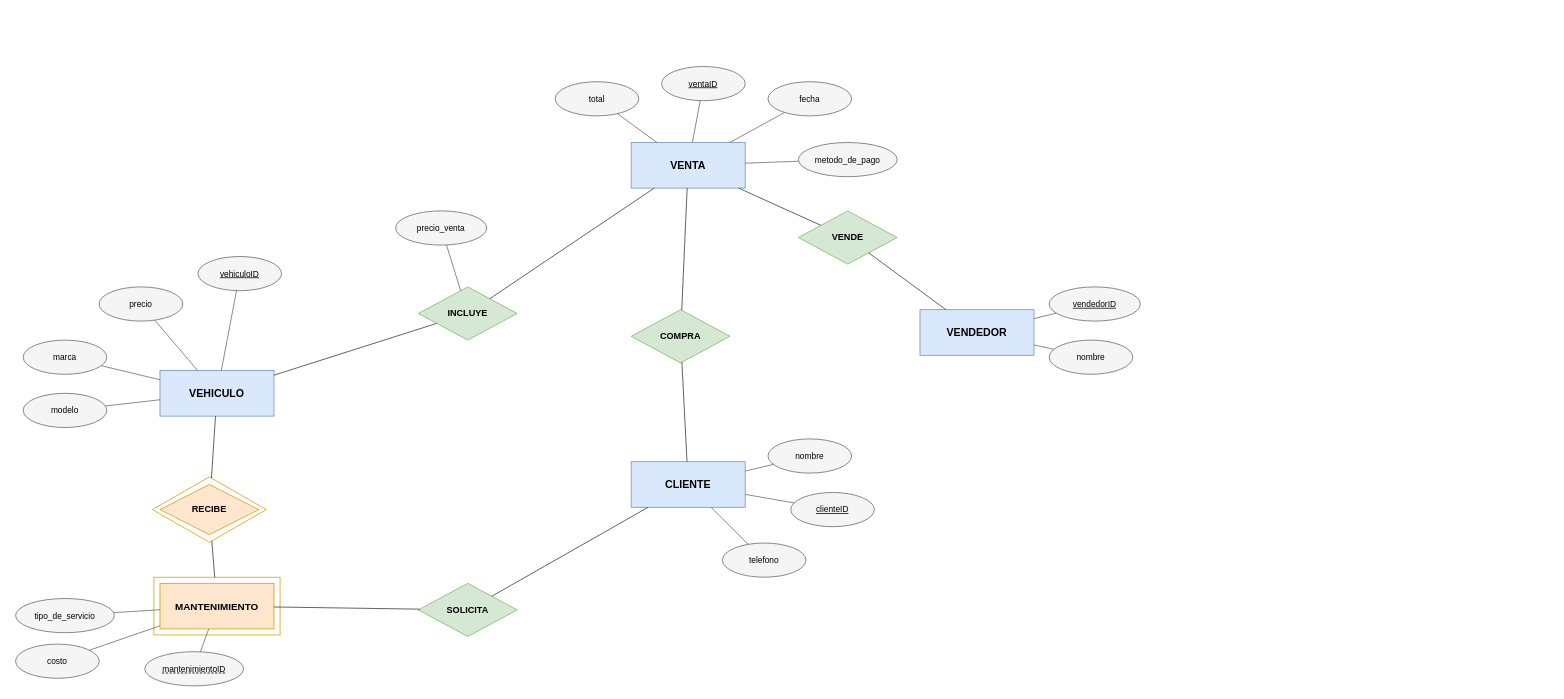
Above: Consecionario_entidadRelacion.drawio in Seveck/Concesionario-CampusCar (draw.io), before the change. Source tidied: cells renumbered, new cells numbered last; positions are measured from the earlier drawing's top-left corner, leaving out a move shared by most shapes. Both pictures are drawn from the tidied source at 76%, with x=0, y=0 at pixel (15, 66).
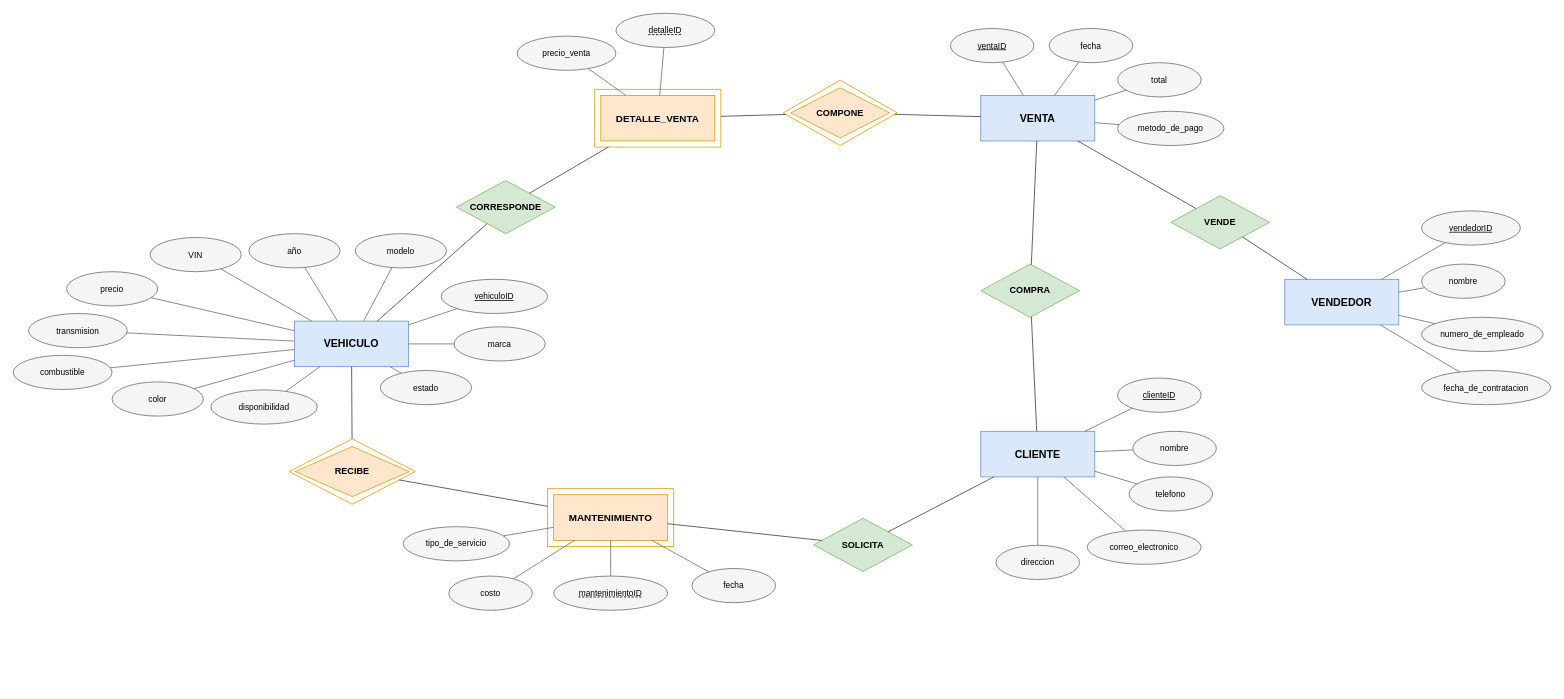
After the change.

What changed in the source:
```diff
@@
     <mxCell id="2" value="VEHICULO" style="rounded=0;whiteSpace=wrap;html=1;fillColor=#dae8fc;strokeColor=#6c8ebf;fontStyle=1;fontSize=14;" parent="1" vertex="1">
-      <mxGeometry x="190" y="400" width="150" height="60" as="geometry" />
+      <mxGeometry x="367" y="335" width="150" height="60" as="geometry" />
     </mxCell>
     <mxCell id="3" value="VENTA" style="rounded=0;whiteSpace=wrap;html=1;fillColor=#dae8fc;strokeColor=#6c8ebf;fontStyle=1;fontSize=14;" parent="1" vertex="1">
-      <mxGeometry x="810" y="100" width="150" height="60" as="geometry" />
+      <mxGeometry x="1270" y="38" width="150" height="60" as="geometry" />
     </mxCell>
     <mxCell id="4" value="CLIENTE" style="rounded=0;whiteSpace=wrap;html=1;fillColor=#dae8fc;strokeColor=#6c8ebf;fontStyle=1;fontSize=14;" parent="1" vertex="1">
-      <mxGeometry x="810" y="520" width="150" height="60" as="geometry" />
+      <mxGeometry x="1270" y="480" width="150" height="60" as="geometry" />
     </mxCell>
     <mxCell id="5" value="VENDEDOR" style="rounded=0;whiteSpace=wrap;html=1;fillColor=#dae8fc;strokeColor=#6c8ebf;fontStyle=1;fontSize=14;" parent="1" vertex="1">
-      <mxGeometry x="1190" y="320" width="150" height="60" as="geometry" />
+      <mxGeometry x="1670" y="280" width="150" height="60" as="geometry" />
     </mxCell>
-    <mxCell id="6" style="rounded=0;whiteSpace=wrap;html=1;fillColor=none;strokeColor=#d79b00;" parent="1" vertex="1">
-      <mxGeometry x="182" y="672" width="166" height="76" as="geometry" />
-    </mxCell>
+    <mxCell id="58" style="rounded=0;whiteSpace=wrap;html=1;fillColor=none;strokeColor=#d79b00;" parent="1" vertex="1">
+      <mxGeometry x="762" y="30" width="166" height="76" as="geometry" />
+    </mxCell>
+    <mxCell id="59" value="DETALLE_VENTA" style="rounded=0;whiteSpace=wrap;html=1;fillColor=#ffe6cc;strokeColor=#d79b00;fontStyle=1;fontSize=13;" parent="1" vertex="1">
+      <mxGeometry x="770" y="38" width="150" height="60" as="geometry" />
+    </mxCell>
+    <mxCell id="60" style="rounded=0;whiteSpace=wrap;html=1;fillColor=none;strokeColor=#d79b00;" parent="1" vertex="1">
+      <mxGeometry x="700" y="555.5" width="166" height="76" as="geometry" />
+    </mxCell>
     <mxCell id="7" value="MANTENIMIENTO" style="rounded=0;whiteSpace=wrap;html=1;fillColor=#ffe6cc;strokeColor=#d79b00;fontStyle=1;fontSize=13;" parent="1" vertex="1">
-      <mxGeometry x="190" y="680" width="150" height="60" as="geometry" />
+      <mxGeometry x="708" y="563.5" width="150" height="60" as="geometry" />
     </mxCell>
-    <mxCell id="8" value="INCLUYE" style="rhombus;whiteSpace=wrap;html=1;fillColor=#d5e8d4;strokeColor=#82b366;fontStyle=1;fontSize=12;" parent="1" vertex="1">
-      <mxGeometry x="530" y="290" width="130" height="70" as="geometry" />
-    </mxCell>
-    <mxCell id="9" style="rhombus;whiteSpace=wrap;html=1;fillColor=none;strokeColor=#d79b00;" parent="1" vertex="1">
-      <mxGeometry x="180" y="540" width="150" height="86" as="geometry" />
-    </mxCell>
+    <mxCell id="61" style="rhombus;whiteSpace=wrap;html=1;fillColor=none;strokeColor=#d79b00;" parent="1" vertex="1">
+      <mxGeometry x="1010" y="18" width="150" height="86" as="geometry" />
+    </mxCell>
+    <mxCell id="62" value="COMPONE" style="rhombus;whiteSpace=wrap;html=1;fillColor=#ffe6cc;strokeColor=#d79b00;fontStyle=1;fontSize=12;" parent="1" vertex="1">
+      <mxGeometry x="1020" y="28" width="130" height="66" as="geometry" />
+    </mxCell>
+    <mxCell id="63" value="CORRESPONDE" style="rhombus;whiteSpace=wrap;html=1;fillColor=#d5e8d4;strokeColor=#82b366;fontStyle=1;fontSize=12;" parent="1" vertex="1">
+      <mxGeometry x="580" y="150" width="130" height="70" as="geometry" />
+    </mxCell>
+    <mxCell id="64" style="rhombus;whiteSpace=wrap;html=1;fillColor=none;strokeColor=#d79b00;" parent="1" vertex="1">
+      <mxGeometry x="360" y="490" width="166" height="86" as="geometry" />
+    </mxCell>
     <mxCell id="10" value="RECIBE" style="rhombus;whiteSpace=wrap;html=1;fillColor=#ffe6cc;strokeColor=#d79b00;fontStyle=1;fontSize=12;" parent="1" vertex="1">
-      <mxGeometry x="190" y="550" width="130" height="66" as="geometry" />
+      <mxGeometry x="368" y="500" width="150" height="66" as="geometry" />
     </mxCell>
     <mxCell id="11" value="SOLICITA" style="rhombus;whiteSpace=wrap;html=1;fillColor=#d5e8d4;strokeColor=#82b366;fontStyle=1;fontSize=12;" parent="1" vertex="1">
-      <mxGeometry x="530" y="680" width="130" height="70" as="geometry" />
+      <mxGeometry x="1050" y="594.5" width="130" height="70" as="geometry" />
     </mxCell>
     <mxCell id="12" value="COMPRA" style="rhombus;whiteSpace=wrap;html=1;fillColor=#d5e8d4;strokeColor=#82b366;fontStyle=1;fontSize=12;" parent="1" vertex="1">
-      <mxGeometry x="810" y="320" width="130" height="70" as="geometry" />
+      <mxGeometry x="1270" y="260" width="130" height="70" as="geometry" />
     </mxCell>
     <mxCell id="13" value="VENDE" style="rhombus;whiteSpace=wrap;html=1;fillColor=#d5e8d4;strokeColor=#82b366;fontStyle=1;fontSize=12;" parent="1" vertex="1">
-      <mxGeometry x="1030" y="190" width="130" height="70" as="geometry" />
+      <mxGeometry x="1520" y="170" width="130" height="70" as="geometry" />
     </mxCell>
     <mxCell id="14" value="&lt;u&gt;vehiculoID&lt;/u&gt;" style="ellipse;whiteSpace=wrap;html=1;fillColor=#f5f5f5;strokeColor=#666666;fontSize=11;" parent="1" vertex="1">
-      <mxGeometry x="240" y="250" width="110" height="45" as="geometry" />
+      <mxGeometry x="560" y="280" width="140" height="45" as="geometry" />
     </mxCell>
     <mxCell id="15" value="marca" style="ellipse;whiteSpace=wrap;html=1;fillColor=#f5f5f5;strokeColor=#666666;fontSize=11;" parent="1" vertex="1">
-      <mxGeometry x="10" y="360" width="110" height="45" as="geometry" />
+      <mxGeometry x="577" y="342.5" width="120" height="45" as="geometry" />
     </mxCell>
     <mxCell id="16" value="modelo" style="ellipse;whiteSpace=wrap;html=1;fillColor=#f5f5f5;strokeColor=#666666;fontSize=11;" parent="1" vertex="1">
-      <mxGeometry x="10" y="430" width="110" height="45" as="geometry" />
+      <mxGeometry x="447" y="220" width="120" height="45" as="geometry" />
     </mxCell>
+    <mxCell id="65" value="año" style="ellipse;whiteSpace=wrap;html=1;fillColor=#f5f5f5;strokeColor=#666666;fontSize=11;" parent="1" vertex="1">
+      <mxGeometry x="307" y="220" width="120" height="45" as="geometry" />
+    </mxCell>
+    <mxCell id="66" value="VIN" style="ellipse;whiteSpace=wrap;html=1;fillColor=#f5f5f5;strokeColor=#666666;fontSize=11;" parent="1" vertex="1">
+      <mxGeometry x="177" y="225" width="120" height="45" as="geometry" />
+    </mxCell>
     <mxCell id="17" value="precio" style="ellipse;whiteSpace=wrap;html=1;fillColor=#f5f5f5;strokeColor=#666666;fontSize=11;" parent="1" vertex="1">
-      <mxGeometry x="110" y="290" width="110" height="45" as="geometry" />
+      <mxGeometry x="67" y="270" width="120" height="45" as="geometry" />
     </mxCell>
+    <mxCell id="67" value="color" style="ellipse;whiteSpace=wrap;html=1;fillColor=#f5f5f5;strokeColor=#666666;fontSize=11;" parent="1" vertex="1">
+      <mxGeometry x="127" y="415" width="120" height="45" as="geometry" />
+    </mxCell>
+    <mxCell id="68" value="combustible" style="ellipse;whiteSpace=wrap;html=1;fillColor=#f5f5f5;strokeColor=#666666;fontSize=11;" parent="1" vertex="1">
+      <mxGeometry x="-3" y="380" width="130" height="45" as="geometry" />
+    </mxCell>
+    <mxCell id="69" value="transmision" style="ellipse;whiteSpace=wrap;html=1;fillColor=#f5f5f5;strokeColor=#666666;fontSize=11;" parent="1" vertex="1">
+      <mxGeometry x="17" y="325" width="130" height="45" as="geometry" />
+    </mxCell>
+    <mxCell id="70" value="estado" style="ellipse;whiteSpace=wrap;html=1;fillColor=#f5f5f5;strokeColor=#666666;fontSize=11;" parent="1" vertex="1">
+      <mxGeometry x="480" y="400" width="120" height="45" as="geometry" />
+    </mxCell>
+    <mxCell id="71" value="disponibilidad" style="ellipse;whiteSpace=wrap;html=1;fillColor=#f5f5f5;strokeColor=#666666;fontSize=11;" parent="1" vertex="1">
+      <mxGeometry x="257" y="425.5" width="140" height="45" as="geometry" />
+    </mxCell>
+    <mxCell id="27" value="&lt;u style='text-decoration-style:dashed'&gt;mantenimientoID&lt;/u&gt;" style="ellipse;whiteSpace=wrap;html=1;fillColor=#f5f5f5;strokeColor=#666666;fontSize=11;" parent="1" vertex="1">
+      <mxGeometry x="708" y="670.5" width="150" height="45" as="geometry" />
+    </mxCell>
+    <mxCell id="28" value="tipo_de_servicio" style="ellipse;whiteSpace=wrap;html=1;fillColor=#f5f5f5;strokeColor=#666666;fontSize=11;" parent="1" vertex="1">
+      <mxGeometry x="510" y="605.5" width="140" height="45" as="geometry" />
+    </mxCell>
+    <mxCell id="29" value="costo" style="ellipse;whiteSpace=wrap;html=1;fillColor=#f5f5f5;strokeColor=#666666;fontSize=11;" parent="1" vertex="1">
+      <mxGeometry x="570" y="670.5" width="110" height="45" as="geometry" />
+    </mxCell>
+    <mxCell id="72" value="fecha" style="ellipse;whiteSpace=wrap;html=1;fillColor=#f5f5f5;strokeColor=#666666;fontSize=11;" parent="1" vertex="1">
+      <mxGeometry x="890" y="660.5" width="110" height="45" as="geometry" />
+    </mxCell>
+    <mxCell id="73" value="&lt;u style='text-decoration-style:dashed'&gt;detalleID&lt;/u&gt;" style="ellipse;whiteSpace=wrap;html=1;fillColor=#f5f5f5;strokeColor=#666666;fontSize=11;" parent="1" vertex="1">
+      <mxGeometry x="790" y="-70" width="130" height="45" as="geometry" />
+    </mxCell>
+    <mxCell id="30" value="precio_venta" style="ellipse;whiteSpace=wrap;html=1;fillColor=#f5f5f5;strokeColor=#666666;fontSize=11;" parent="1" vertex="1">
+      <mxGeometry x="660" y="-40" width="130" height="45" as="geometry" />
+    </mxCell>
     <mxCell id="18" value="&lt;u&gt;ventaID&lt;/u&gt;" style="ellipse;whiteSpace=wrap;html=1;fillColor=#f5f5f5;strokeColor=#666666;fontSize=11;" parent="1" vertex="1">
-      <mxGeometry x="850" width="110" height="45" as="geometry" />
+      <mxGeometry x="1230" y="-50" width="110" height="45" as="geometry" />
     </mxCell>
-    <mxCell id="19" value="fecha" style="ellipse;whiteSpace=wrap;html=1;fillColor=#f5f5f5;strokeColor=#666666;fontSize=11;" parent="1" vertex="1">
-      <mxGeometry x="990" y="20" width="110" height="45" as="geometry" />
-    </mxCell>
+    <mxCell id="74" value="fecha" style="ellipse;whiteSpace=wrap;html=1;fillColor=#f5f5f5;strokeColor=#666666;fontSize=11;" parent="1" vertex="1">
+      <mxGeometry x="1360" y="-50" width="110" height="45" as="geometry" />
+    </mxCell>
     <mxCell id="20" value="total" style="ellipse;whiteSpace=wrap;html=1;fillColor=#f5f5f5;strokeColor=#666666;fontSize=11;" parent="1" vertex="1">
-      <mxGeometry x="710" y="20" width="110" height="45" as="geometry" />
+      <mxGeometry x="1450" y="-5" width="110" height="45" as="geometry" />
     </mxCell>
     <mxCell id="21" value="metodo_de_pago" style="ellipse;whiteSpace=wrap;html=1;fillColor=#f5f5f5;strokeColor=#666666;fontSize=11;" parent="1" vertex="1">
-      <mxGeometry x="1030" y="100" width="130" height="45" as="geometry" />
+      <mxGeometry x="1450" y="59" width="140" height="45" as="geometry" />
     </mxCell>
     <mxCell id="22" value="&lt;u&gt;clienteID&lt;/u&gt;" style="ellipse;whiteSpace=wrap;html=1;fillColor=#f5f5f5;strokeColor=#666666;fontSize=11;" parent="1" vertex="1">
-      <mxGeometry x="1020" y="560.5" width="110" height="45" as="geometry" />
+      <mxGeometry x="1450" y="410" width="110" height="45" as="geometry" />
     </mxCell>
     <mxCell id="23" value="nombre" style="ellipse;whiteSpace=wrap;html=1;fillColor=#f5f5f5;strokeColor=#666666;fontSize=11;" parent="1" vertex="1">
-      <mxGeometry x="990" y="490" width="110" height="45" as="geometry" />
+      <mxGeometry x="1470" y="480" width="110" height="45" as="geometry" />
     </mxCell>
     <mxCell id="24" value="telefono" style="ellipse;whiteSpace=wrap;html=1;fillColor=#f5f5f5;strokeColor=#666666;fontSize=11;" parent="1" vertex="1">
-      <mxGeometry x="930" y="627" width="110" height="45" as="geometry" />
+      <mxGeometry x="1465" y="540" width="110" height="45" as="geometry" />
     </mxCell>
+    <mxCell id="75" value="correo_electronico" style="ellipse;whiteSpace=wrap;html=1;fillColor=#f5f5f5;strokeColor=#666666;fontSize=11;" parent="1" vertex="1">
+      <mxGeometry x="1410" y="610" width="150" height="45" as="geometry" />
+    </mxCell>
+    <mxCell id="76" value="direccion" style="ellipse;whiteSpace=wrap;html=1;fillColor=#f5f5f5;strokeColor=#666666;fontSize=11;" parent="1" vertex="1">
+      <mxGeometry x="1290" y="630" width="110" height="45" as="geometry" />
+    </mxCell>
     <mxCell id="25" value="&lt;u&gt;vendedorID&lt;/u&gt;" style="ellipse;whiteSpace=wrap;html=1;fillColor=#f5f5f5;strokeColor=#666666;fontSize=11;" parent="1" vertex="1">
-      <mxGeometry x="1360" y="290" width="120" height="45" as="geometry" />
+      <mxGeometry x="1850" y="190" width="130" height="45" as="geometry" />
     </mxCell>
     <mxCell id="26" value="nombre" style="ellipse;whiteSpace=wrap;html=1;fillColor=#f5f5f5;strokeColor=#666666;fontSize=11;" parent="1" vertex="1">
-      <mxGeometry x="1360" y="360" width="110" height="45" as="geometry" />
+      <mxGeometry x="1850" y="260" width="110" height="45" as="geometry" />
     </mxCell>
-    <mxCell id="27" value="&lt;u style='text-decoration-style:dashed'&gt;mantenimientoID&lt;/u&gt;" style="ellipse;whiteSpace=wrap;html=1;fillColor=#f5f5f5;strokeColor=#666666;fontSize=11;" parent="1" vertex="1">
-      <mxGeometry x="170" y="770" width="130" height="45" as="geometry" />
-    </mxCell>
-    <mxCell id="28" value="tipo_de_servicio" style="ellipse;whiteSpace=wrap;html=1;fillColor=#f5f5f5;strokeColor=#666666;fontSize=11;" parent="1" vertex="1">
-      <mxGeometry y="700" width="130" height="45" as="geometry" />
-    </mxCell>
-    <mxCell id="29" value="costo" style="ellipse;whiteSpace=wrap;html=1;fillColor=#f5f5f5;strokeColor=#666666;fontSize=11;" parent="1" vertex="1">
-      <mxGeometry y="760" width="110" height="45" as="geometry" />
-    </mxCell>
-    <mxCell id="30" value="precio_venta" style="ellipse;whiteSpace=wrap;html=1;fillColor=#f5f5f5;strokeColor=#666666;fontSize=11;" parent="1" vertex="1">
-      <mxGeometry x="500" y="190" width="120" height="45" as="geometry" />
-    </mxCell>
+    <mxCell id="77" value="numero_de_empleado" style="ellipse;whiteSpace=wrap;html=1;fillColor=#f5f5f5;strokeColor=#666666;fontSize=11;" parent="1" vertex="1">
+      <mxGeometry x="1850" y="330" width="160" height="45" as="geometry" />
+    </mxCell>
+    <mxCell id="78" value="fecha_de_contratacion" style="ellipse;whiteSpace=wrap;html=1;fillColor=#f5f5f5;strokeColor=#666666;fontSize=11;" parent="1" vertex="1">
+      <mxGeometry x="1850" y="400" width="170" height="45" as="geometry" />
+    </mxCell>
@@
+    <mxCell id="79" style="endArrow=none;html=1;strokeColor=#666666;" parent="1" edge="1" source="2" target="65">
+      <mxGeometry relative="1" as="geometry" />
+    </mxCell>
+    <mxCell id="80" style="endArrow=none;html=1;strokeColor=#666666;" parent="1" edge="1" source="2" target="66">
+      <mxGeometry relative="1" as="geometry" />
+    </mxCell>
@@
+    <mxCell id="81" style="endArrow=none;html=1;strokeColor=#666666;" parent="1" edge="1" source="2" target="67">
+      <mxGeometry relative="1" as="geometry" />
+    </mxCell>
+    <mxCell id="82" style="endArrow=none;html=1;strokeColor=#666666;" parent="1" edge="1" source="2" target="68">
+      <mxGeometry relative="1" as="geometry" />
+    </mxCell>
+    <mxCell id="83" style="endArrow=none;html=1;strokeColor=#666666;" parent="1" edge="1" source="2" target="69">
+      <mxGeometry relative="1" as="geometry" />
+    </mxCell>
+    <mxCell id="84" style="endArrow=none;html=1;strokeColor=#666666;" parent="1" edge="1" source="2" target="70">
+      <mxGeometry relative="1" as="geometry" />
+    </mxCell>
+    <mxCell id="85" style="endArrow=none;html=1;strokeColor=#666666;" parent="1" edge="1" source="2" target="71">
+      <mxGeometry relative="1" as="geometry" />
+    </mxCell>
+    <mxCell id="44" style="endArrow=none;html=1;strokeColor=#666666;" parent="1" edge="1" source="7" target="27">
+      <mxGeometry relative="1" as="geometry" />
+    </mxCell>
+    <mxCell id="45" style="endArrow=none;html=1;strokeColor=#666666;" parent="1" edge="1" source="7" target="28">
+      <mxGeometry relative="1" as="geometry" />
+    </mxCell>
+    <mxCell id="46" style="endArrow=none;html=1;strokeColor=#666666;" parent="1" edge="1" source="7" target="29">
+      <mxGeometry relative="1" as="geometry" />
+    </mxCell>
+    <mxCell id="86" style="endArrow=none;html=1;strokeColor=#666666;" parent="1" edge="1" source="7" target="72">
+      <mxGeometry relative="1" as="geometry" />
+    </mxCell>
+    <mxCell id="87" style="endArrow=none;html=1;strokeColor=#666666;" parent="1" edge="1" source="59" target="73">
+      <mxGeometry relative="1" as="geometry" />
+    </mxCell>
+    <mxCell id="88" style="endArrow=none;html=1;strokeColor=#666666;" parent="1" edge="1" source="59" target="30">
+      <mxGeometry relative="1" as="geometry" />
+    </mxCell>
@@
-    <mxCell id="36" style="endArrow=none;html=1;strokeColor=#666666;" parent="1" edge="1" source="3" target="19">
-      <mxGeometry relative="1" as="geometry" />
-    </mxCell>
+    <mxCell id="89" style="endArrow=none;html=1;strokeColor=#666666;" parent="1" edge="1" source="3" target="74">
+      <mxGeometry relative="1" as="geometry" />
+    </mxCell>
@@
+    <mxCell id="90" style="endArrow=none;html=1;strokeColor=#666666;" parent="1" edge="1" source="4" target="75">
+      <mxGeometry relative="1" as="geometry" />
+    </mxCell>
+    <mxCell id="91" style="endArrow=none;html=1;strokeColor=#666666;" parent="1" edge="1" source="4" target="76">
+      <mxGeometry relative="1" as="geometry" />
+    </mxCell>
@@
-    <mxCell id="44" style="endArrow=none;html=1;strokeColor=#666666;" parent="1" edge="1" source="7" target="27">
-      <mxGeometry relative="1" as="geometry" />
-    </mxCell>
-    <mxCell id="45" style="endArrow=none;html=1;strokeColor=#666666;" parent="1" edge="1" source="7" target="28">
-      <mxGeometry relative="1" as="geometry" />
-    </mxCell>
-    <mxCell id="46" style="endArrow=none;html=1;strokeColor=#666666;" parent="1" edge="1" source="7" target="29">
-      <mxGeometry relative="1" as="geometry" />
-    </mxCell>
-    <mxCell id="47" style="endArrow=none;html=1;strokeColor=#666666;" parent="1" edge="1" source="8" target="30">
-      <mxGeometry relative="1" as="geometry" />
-    </mxCell>
+    <mxCell id="92" style="endArrow=none;html=1;strokeColor=#666666;" parent="1" edge="1" source="5" target="77">
+      <mxGeometry relative="1" as="geometry" />
+    </mxCell>
+    <mxCell id="93" style="endArrow=none;html=1;strokeColor=#666666;" parent="1" edge="1" source="5" target="78">
+      <mxGeometry relative="1" as="geometry" />
+    </mxCell>
-    <mxCell id="48" style="endArrow=none;html=1;strokeColor=#333333;fontSize=12;fontStyle=1;labelBackgroundColor=#ffffff;" parent="1" edge="1" source="2" target="8">
-      <mxGeometry x="-0.2" relative="1" as="geometry" />
+    <mxCell id="48" style="endArrow=none;html=1;strokeColor=#333333;fontSize=12;fontStyle=1;labelBackgroundColor=#ffffff;" parent="1" edge="1" source="3" target="61">
+      <mxGeometry relative="1" as="geometry" />
     </mxCell>
-    <mxCell id="49" style="endArrow=none;html=1;strokeColor=#333333;fontSize=12;fontStyle=1;labelBackgroundColor=#ffffff;" parent="1" edge="1" source="8" target="3">
-      <mxGeometry x="0.2" relative="1" as="geometry" />
+    <mxCell id="49" style="endArrow=none;html=1;strokeColor=#333333;fontSize=12;fontStyle=1;labelBackgroundColor=#ffffff;" parent="1" edge="1" source="61" target="58">
+      <mxGeometry relative="1" as="geometry" />
     </mxCell>
-    <mxCell id="50" style="endArrow=none;html=1;strokeColor=#333333;fontSize=12;fontStyle=1;labelBackgroundColor=#ffffff;" parent="1" edge="1" source="2" target="9">
+    <mxCell id="50" style="endArrow=none;html=1;strokeColor=#333333;fontSize=12;fontStyle=1;labelBackgroundColor=#ffffff;" parent="1" edge="1" source="58" target="63">
       <mxGeometry relative="1" as="geometry" />
     </mxCell>
-    <mxCell id="51" style="endArrow=none;html=1;strokeColor=#333333;fontSize=12;fontStyle=1;labelBackgroundColor=#ffffff;" parent="1" edge="1" source="9" target="6">
+    <mxCell id="51" style="endArrow=none;html=1;strokeColor=#333333;fontSize=12;fontStyle=1;labelBackgroundColor=#ffffff;" parent="1" edge="1" source="63" target="2">
       <mxGeometry relative="1" as="geometry" />
     </mxCell>
-    <mxCell id="52" style="endArrow=none;html=1;strokeColor=#333333;fontSize=12;fontStyle=1;labelBackgroundColor=#ffffff;" parent="1" edge="1" source="7" target="11">
+    <mxCell id="52" style="endArrow=none;html=1;strokeColor=#333333;fontSize=12;fontStyle=1;labelBackgroundColor=#ffffff;" parent="1" edge="1" source="2" target="64">
       <mxGeometry relative="1" as="geometry" />
     </mxCell>
-    <mxCell id="53" style="endArrow=none;html=1;strokeColor=#333333;fontSize=12;fontStyle=1;labelBackgroundColor=#ffffff;" parent="1" edge="1" source="11" target="4">
+    <mxCell id="53" style="endArrow=none;html=1;strokeColor=#333333;fontSize=12;fontStyle=1;labelBackgroundColor=#ffffff;" parent="1" edge="1" source="64" target="60">
       <mxGeometry relative="1" as="geometry" />
     </mxCell>
-    <mxCell id="54" style="endArrow=none;html=1;strokeColor=#333333;fontSize=12;fontStyle=1;labelBackgroundColor=#ffffff;" parent="1" edge="1" source="4" target="12">
+    <mxCell id="54" style="endArrow=none;html=1;strokeColor=#333333;fontSize=12;fontStyle=1;labelBackgroundColor=#ffffff;" parent="1" edge="1" source="7" target="11">
       <mxGeometry relative="1" as="geometry" />
     </mxCell>
-    <mxCell id="55" style="endArrow=none;html=1;strokeColor=#333333;fontSize=12;fontStyle=1;labelBackgroundColor=#ffffff;" parent="1" edge="1" source="12" target="3">
+    <mxCell id="55" style="endArrow=none;html=1;strokeColor=#333333;fontSize=12;fontStyle=1;labelBackgroundColor=#ffffff;" parent="1" edge="1" source="11" target="4">
       <mxGeometry relative="1" as="geometry" />
     </mxCell>
-    <mxCell id="56" style="endArrow=none;html=1;strokeColor=#333333;fontSize=12;fontStyle=1;labelBackgroundColor=#ffffff;" parent="1" edge="1" source="5" target="13">
+    <mxCell id="56" style="endArrow=none;html=1;strokeColor=#333333;fontSize=12;fontStyle=1;labelBackgroundColor=#ffffff;" parent="1" edge="1" source="4" target="12">
       <mxGeometry relative="1" as="geometry" />
     </mxCell>
-    <mxCell id="57" style="endArrow=none;html=1;strokeColor=#333333;fontSize=12;fontStyle=1;labelBackgroundColor=#ffffff;" parent="1" edge="1" source="13" target="3">
+    <mxCell id="57" style="endArrow=none;html=1;strokeColor=#333333;fontSize=12;fontStyle=1;labelBackgroundColor=#ffffff;" parent="1" edge="1" source="12" target="3">
       <mxGeometry relative="1" as="geometry" />
     </mxCell>
+    <mxCell id="94" style="endArrow=none;html=1;strokeColor=#333333;fontSize=12;fontStyle=1;labelBackgroundColor=#ffffff;" parent="1" edge="1" source="5" target="13">
+      <mxGeometry relative="1" as="geometry" />
+    </mxCell>
+    <mxCell id="95" style="endArrow=none;html=1;strokeColor=#333333;fontSize=12;fontStyle=1;labelBackgroundColor=#ffffff;" parent="1" edge="1" source="13" target="3">
+      <mxGeometry relative="1" as="geometry" />
+    </mxCell>
```
